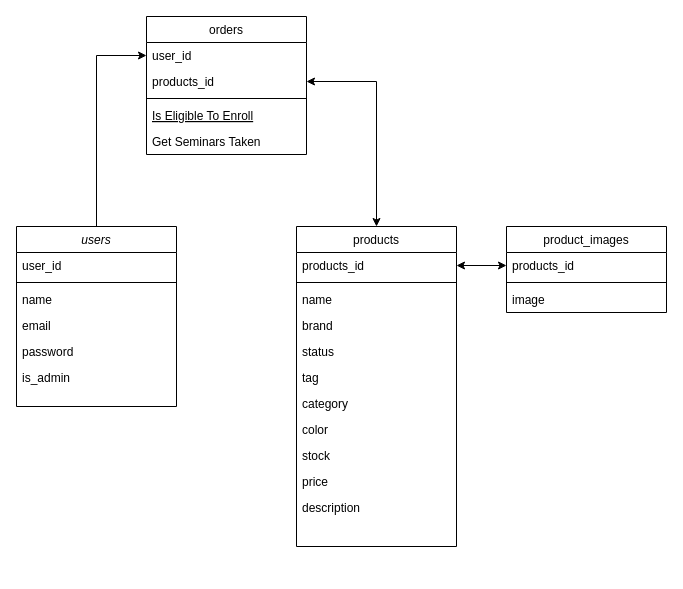
Above: Untitled Diagram.drawio in code-a11ly/Draw.io (draw.io), before the change. Source tidied: cells renumbered, new cells numbered last; positions are measured from the earlier drawing's top-left corner, leaving out a move shared by most shapes. Both pictures are drawn from the tidied source at 100%, with x=0, y=0 at pixel (16, 16).
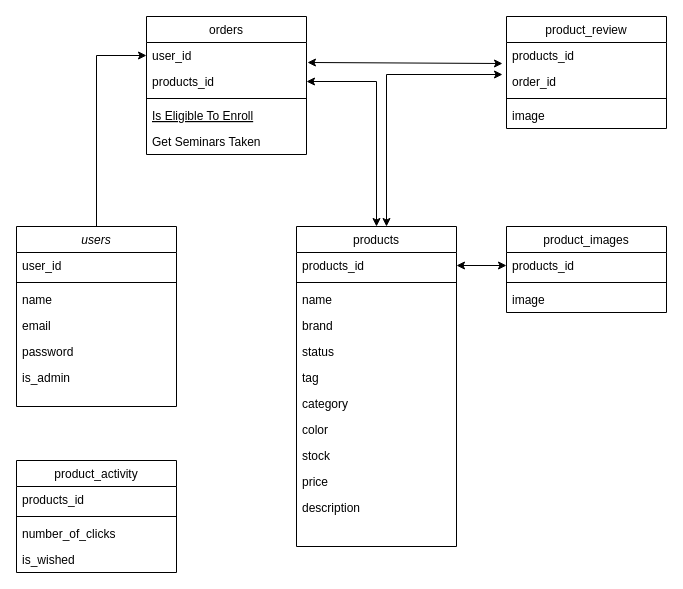
Above is the later version.

The change refers to these unchanged cells:
```xml
<mxCell id="11" value="user_id" style="text;align=left;verticalAlign=top;spacingLeft=4;spacingRight=4;overflow=hidden;points=[[0,0.5],[1,0.5]];portConstraint=eastwest;" parent="10" vertex="1">
  <mxGeometry y="26" width="160" height="26" as="geometry" />
</mxCell>
```

Change to the diagram source:
```diff
@@
+    <mxCell id="34" value="product_review" style="swimlane;fontStyle=0;align=center;verticalAlign=top;horizontal=1;startSize=26;rounded=0;shadow=0;strokeWidth=1;" parent="1" vertex="1">
+      <mxGeometry x="490" width="160" height="112" as="geometry" />
+    </mxCell>
+    <mxCell id="35" value="products_id" style="text;align=left;verticalAlign=top;spacingLeft=4;spacingRight=4;overflow=hidden;points=[[0,0.5],[1,0.5]];portConstraint=eastwest;rounded=0;shadow=0;html=0;" parent="34" vertex="1">
+      <mxGeometry y="26" width="160" height="26" as="geometry" />
+    </mxCell>
+    <mxCell id="36" value="order_id" style="text;align=left;verticalAlign=top;spacingLeft=4;spacingRight=4;overflow=hidden;points=[[0,0.5],[1,0.5]];portConstraint=eastwest;" parent="34" vertex="1">
+      <mxGeometry y="52" width="160" height="26" as="geometry" />
+    </mxCell>
+    <mxCell id="37" style="line;html=1;strokeWidth=1;align=left;verticalAlign=middle;spacingTop=-1;spacingLeft=3;spacingRight=3;labelPosition=right;" parent="34" vertex="1">
+      <mxGeometry y="78" width="160" height="8" as="geometry" />
+    </mxCell>
+    <mxCell id="38" value="image" style="text;align=left;verticalAlign=top;spacingLeft=4;spacingRight=4;overflow=hidden;rounded=0;shadow=0;html=0;" parent="34" vertex="1">
+      <mxGeometry y="86" width="160" height="26" as="geometry" />
+    </mxCell>
+    <mxCell id="39" style="endArrow=classic;startArrow=classic;html=1;rounded=0;exitX=1.006;exitY=0.769;exitDx=0;exitDy=0;exitPerimeter=0;entryX=-0.025;entryY=0.808;entryDx=0;entryDy=0;entryPerimeter=0;" parent="1" edge="1" source="11" target="35">
+      <mxGeometry relative="1" as="geometry" />
+    </mxCell>
+    <mxCell id="40" style="endArrow=classic;startArrow=classic;html=1;rounded=0;entryX=-0.025;entryY=0.231;entryDx=0;entryDy=0;entryPerimeter=0;" parent="1" edge="1" target="36">
+      <mxGeometry relative="1" as="geometry">
+        <mxPoint x="370" y="210" as="sourcePoint" />
+        <Array as="points">
+          <mxPoint x="370" y="58" />
+        </Array>
+      </mxGeometry>
+    </mxCell>
+    <mxCell id="41" value="product_activity" style="swimlane;fontStyle=0;align=center;verticalAlign=top;horizontal=1;startSize=26;rounded=0;shadow=0;strokeWidth=1;" parent="1" vertex="1">
+      <mxGeometry y="444" width="160" height="112" as="geometry" />
+    </mxCell>
+    <mxCell id="42" value="products_id" style="text;align=left;verticalAlign=top;spacingLeft=4;spacingRight=4;overflow=hidden;rounded=0;shadow=0;html=0;" parent="41" vertex="1">
+      <mxGeometry y="26" width="160" height="26" as="geometry" />
+    </mxCell>
+    <mxCell id="43" style="line;html=1;strokeWidth=1;align=left;verticalAlign=middle;spacingTop=-1;spacingLeft=3;spacingRight=3;labelPosition=right;" parent="41" vertex="1">
+      <mxGeometry y="52" width="160" height="8" as="geometry" />
+    </mxCell>
+    <mxCell id="44" value="number_of_clicks" style="text;align=left;verticalAlign=top;spacingLeft=4;spacingRight=4;overflow=hidden;rounded=0;shadow=0;html=0;" parent="41" vertex="1">
+      <mxGeometry y="60" width="160" height="26" as="geometry" />
+    </mxCell>
+    <mxCell id="45" value="is_wished" style="text;align=left;verticalAlign=top;spacingLeft=4;spacingRight=4;overflow=hidden;rounded=0;shadow=0;html=0;" parent="41" vertex="1">
+      <mxGeometry y="86" width="160" height="26" as="geometry" />
+    </mxCell>
```
